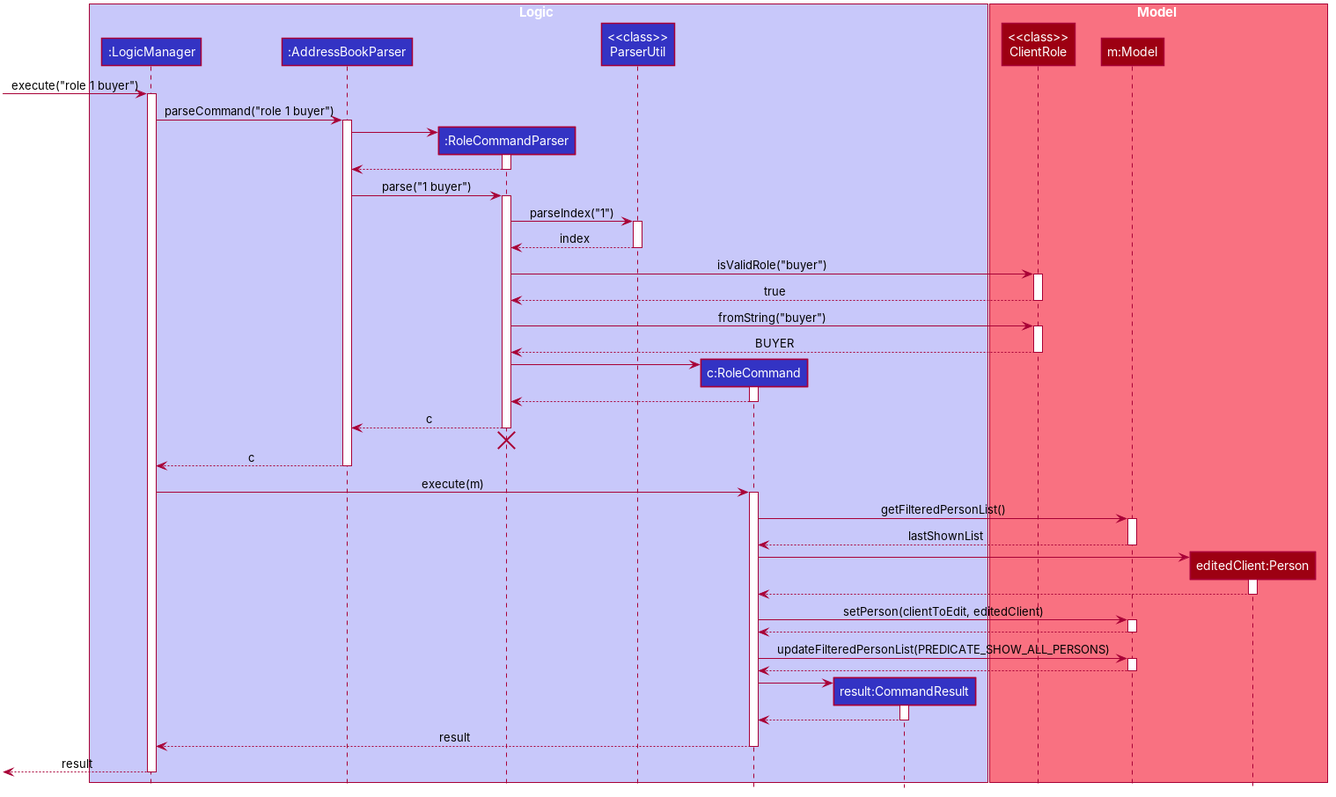
Earlier version of the PlantUML export docs/images/RoleSequenceDiagram.png (AY2627S1-CS2103T-W09-3/tp). Its source is kept beside it as docs/diagrams/RoleSequenceDiagram.puml. Source of this version:
```plantuml
@startuml
!include style.puml
skinparam ArrowFontStyle plain

box Logic LOGIC_COLOR_T1
participant ":LogicManager" as LogicManager LOGIC_COLOR
participant ":AddressBookParser" as AddressBookParser LOGIC_COLOR
participant ":RoleCommandParser" as RoleCommandParser LOGIC_COLOR
participant "<<class>>\nParserUtil" as ParserUtil LOGIC_COLOR
participant "c:RoleCommand" as RoleCommand LOGIC_COLOR
participant "result:CommandResult" as CommandResult LOGIC_COLOR
end box

box Model MODEL_COLOR_T1
participant "<<class>>\nClientRole" as ClientRole MODEL_COLOR
participant "m:Model" as Model MODEL_COLOR
participant "editedClient:Person" as Person MODEL_COLOR
end box

[-> LogicManager : execute("role 1 buyer")
activate LogicManager

LogicManager -> AddressBookParser : parseCommand("role 1 buyer")
activate AddressBookParser

create RoleCommandParser
AddressBookParser -> RoleCommandParser
activate RoleCommandParser

RoleCommandParser --> AddressBookParser
deactivate RoleCommandParser

AddressBookParser -> RoleCommandParser : parse("1 buyer")
activate RoleCommandParser

RoleCommandParser -> ParserUtil : parseIndex("1")
activate ParserUtil

ParserUtil --> RoleCommandParser : index
deactivate ParserUtil

RoleCommandParser -> ClientRole : isValidRole("buyer")
activate ClientRole

ClientRole --> RoleCommandParser : true
deactivate ClientRole

RoleCommandParser -> ClientRole : fromString("buyer")
activate ClientRole

ClientRole --> RoleCommandParser : BUYER
deactivate ClientRole

create RoleCommand
RoleCommandParser -> RoleCommand
activate RoleCommand

RoleCommand --> RoleCommandParser
deactivate RoleCommand

RoleCommandParser --> AddressBookParser : c
deactivate RoleCommandParser
RoleCommandParser -[hidden]-> AddressBookParser
destroy RoleCommandParser

AddressBookParser --> LogicManager : c
deactivate AddressBookParser

LogicManager -> RoleCommand : execute(m)
activate RoleCommand

RoleCommand -> Model : getFilteredPersonList()
activate Model

Model --> RoleCommand : lastShownList
deactivate Model

create Person
RoleCommand -> Person
activate Person

Person --> RoleCommand
deactivate Person

RoleCommand -> Model : setPerson(clientToEdit, editedClient)
activate Model

Model --> RoleCommand
deactivate Model

RoleCommand -> Model : updateFilteredPersonList(PREDICATE_SHOW_ALL_PERSONS)
activate Model

Model --> RoleCommand
deactivate Model

create CommandResult
RoleCommand -> CommandResult
activate CommandResult

CommandResult --> RoleCommand
deactivate CommandResult

RoleCommand --> LogicManager : result
deactivate RoleCommand

[<--LogicManager : result
deactivate LogicManager
@enduml
```
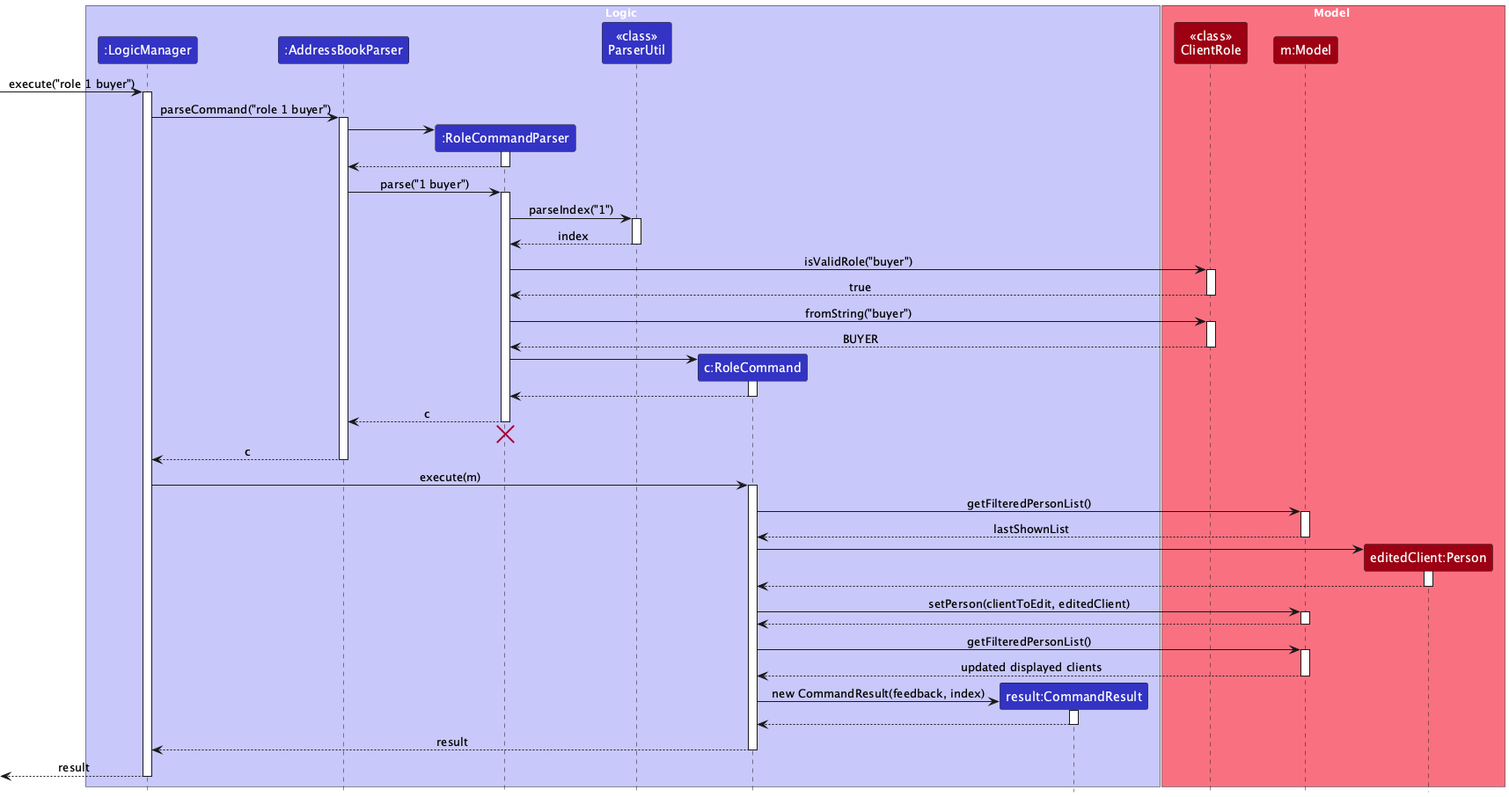
Later version of the same file.

Commit message:
Document role, history and recovery design

Diff of the diagram source:
```diff
@@ -88,14 +88,14 @@
 Model --> RoleCommand
 deactivate Model
 
-RoleCommand -> Model : updateFilteredPersonList(PREDICATE_SHOW_ALL_PERSONS)
+RoleCommand -> Model : getFilteredPersonList()
 activate Model
 
-Model --> RoleCommand
+Model --> RoleCommand : updated displayed clients
 deactivate Model
 
 create CommandResult
-RoleCommand -> CommandResult
+RoleCommand -> CommandResult : new CommandResult(feedback, index)
 activate CommandResult
 
 CommandResult --> RoleCommand
```
